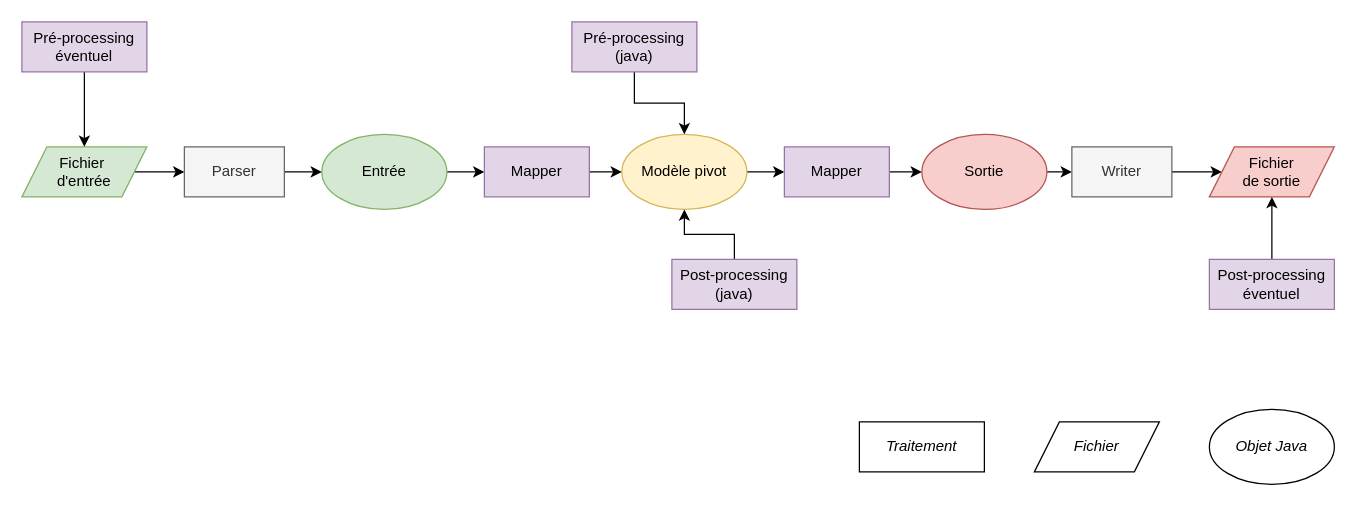
The draw.io diagram doc/drawio/Principe_Eno_Java.drawio in InseeFr/Eno, before the edit. Source tidied: cells renumbered, new cells numbered last; positions are measured from the earlier drawing's top-left corner, leaving out a move shared by most shapes. Both pictures are drawn from the tidied source at 125%, with x=0, y=0 at pixel (21, 21).
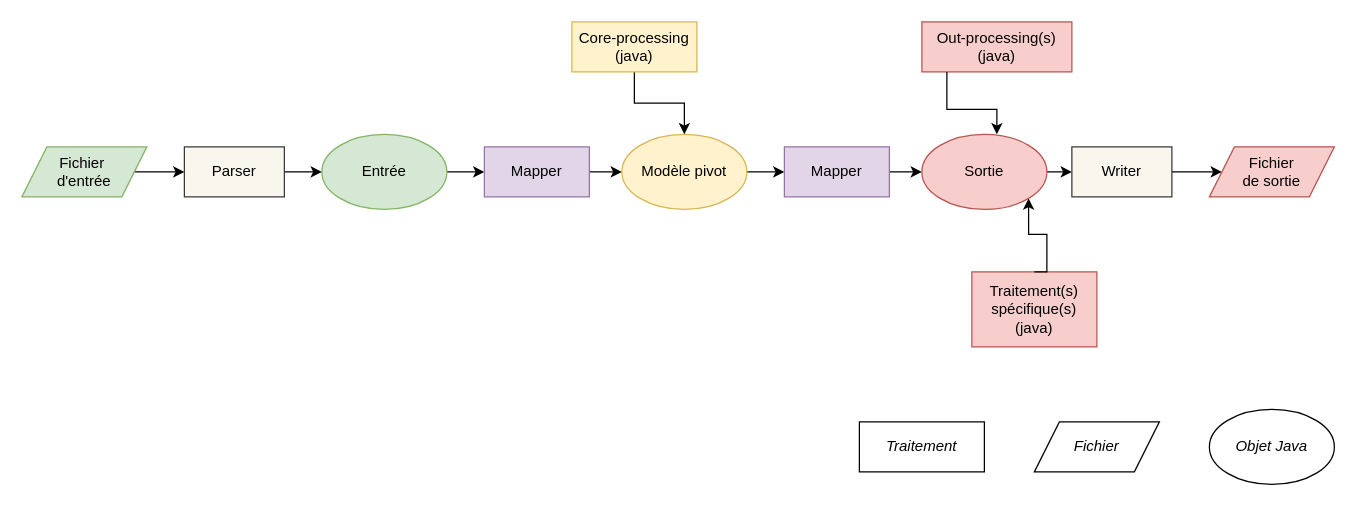
The same page after the edit.

Unchanged cells that the change refers to:
```xml
<mxCell id="3" value="Modèle pivot" style="ellipse;whiteSpace=wrap;html=1;fillColor=#fff2cc;strokeColor=#d6b656;" parent="1" vertex="1">
  <mxGeometry x="480" y="90" width="100" height="60" as="geometry" />
</mxCell>
<mxCell id="7" value="Sortie" style="ellipse;whiteSpace=wrap;html=1;fillColor=#f8cecc;strokeColor=#b85450;" parent="1" vertex="1">
  <mxGeometry x="720" y="90" width="100" height="60" as="geometry" />
</mxCell>
<mxCell id="15" value="Fichier&amp;nbsp;&lt;br&gt;d'entrée" style="shape=parallelogram;perimeter=parallelogramPerimeter;whiteSpace=wrap;html=1;fixedSize=1;fillColor=#d5e8d4;strokeColor=#82b366;" parent="1" vertex="1">
  <mxGeometry y="100" width="100" height="40" as="geometry" />
</mxCell>
<mxCell id="16" value="Fichier&lt;br&gt;de sortie" style="shape=parallelogram;perimeter=parallelogramPerimeter;whiteSpace=wrap;html=1;fixedSize=1;fillColor=#f8cecc;strokeColor=#b85450;" parent="1" vertex="1">
  <mxGeometry x="950" y="100" width="100" height="40" as="geometry" />
</mxCell>
```

Change to the diagram source:
```diff
@@
-    <mxCell id="9" value="Parser" style="rounded=0;whiteSpace=wrap;html=1;fillColor=#f5f5f5;fontColor=#333333;strokeColor=#666666;" parent="1" vertex="1">
+    <mxCell id="9" value="Parser" style="rounded=0;whiteSpace=wrap;html=1;fillColor=#f9f7ed;strokeColor=#36393d;" parent="1" vertex="1">
       <mxGeometry x="130" y="100" width="80" height="40" as="geometry" />
     </mxCell>
@@
-    <mxCell id="13" value="Writer" style="rounded=0;whiteSpace=wrap;html=1;fillColor=#f5f5f5;fontColor=#333333;strokeColor=#666666;" parent="1" vertex="1">
+    <mxCell id="13" value="Writer" style="rounded=0;whiteSpace=wrap;html=1;fillColor=#f9f7ed;strokeColor=#36393d;" parent="1" vertex="1">
       <mxGeometry x="840" y="100" width="80" height="40" as="geometry" />
     </mxCell>
@@
-    <mxCell id="20" value="Pré-processing&lt;br&gt;(java)" style="rounded=0;whiteSpace=wrap;html=1;fillColor=#e1d5e7;strokeColor=#9673a6;" parent="1" vertex="1">
+    <mxCell id="20" value="Core-processing&lt;br&gt;(java)" style="rounded=0;whiteSpace=wrap;html=1;fillColor=#fff2cc;strokeColor=#d6b656;" parent="1" vertex="1">
       <mxGeometry x="440" width="100" height="40" as="geometry" />
     </mxCell>
-    <mxCell id="21" style="edgeStyle=orthogonalEdgeStyle;rounded=0;jettySize=auto;html=1;exitX=0.5;exitY=0;exitDx=0;exitDy=0;entryX=0.5;entryY=1;entryDx=0;entryDy=0;" parent="1" edge="1" source="22" target="3">
-      <mxGeometry relative="1" as="geometry" />
-    </mxCell>
-    <mxCell id="22" value="Post-processing&lt;br&gt;(java)" style="rounded=0;whiteSpace=wrap;html=1;fillColor=#e1d5e7;strokeColor=#9673a6;" parent="1" vertex="1">
-      <mxGeometry x="520" y="190" width="100" height="40" as="geometry" />
-    </mxCell>
@@
-    <mxCell id="24" style="edgeStyle=orthogonalEdgeStyle;rounded=0;jettySize=auto;html=1;exitX=0.5;exitY=1;exitDx=0;exitDy=0;entryX=0.5;entryY=0;entryDx=0;entryDy=0;" parent="1" edge="1" source="25" target="15">
-      <mxGeometry relative="1" as="geometry" />
-    </mxCell>
-    <mxCell id="25" value="Pré-processing&lt;br&gt;éventuel" style="rounded=0;whiteSpace=wrap;html=1;fillColor=#e1d5e7;strokeColor=#9673a6;" parent="1" vertex="1">
-      <mxGeometry width="100" height="40" as="geometry" />
-    </mxCell>
-    <mxCell id="26" style="edgeStyle=orthogonalEdgeStyle;rounded=0;jettySize=auto;html=1;exitX=0.5;exitY=0;exitDx=0;exitDy=0;entryX=0.5;entryY=1;entryDx=0;entryDy=0;" parent="1" edge="1" source="27" target="16">
-      <mxGeometry relative="1" as="geometry" />
-    </mxCell>
-    <mxCell id="27" value="Post-processing&lt;br&gt;éventuel" style="rounded=0;whiteSpace=wrap;html=1;fillColor=#e1d5e7;strokeColor=#9673a6;" parent="1" vertex="1">
-      <mxGeometry x="950" y="190" width="100" height="40" as="geometry" />
-    </mxCell>
@@
+    <mxCell id="30" value="Out-processing(s)&lt;br&gt;(java)" style="rounded=0;whiteSpace=wrap;html=1;fillColor=#f8cecc;strokeColor=#b85450;" parent="1" vertex="1">
+      <mxGeometry x="720" width="120" height="40" as="geometry" />
+    </mxCell>
+    <mxCell id="31" style="edgeStyle=orthogonalEdgeStyle;rounded=0;orthogonalLoop=1;jettySize=auto;html=1;exitX=0.5;exitY=1;exitDx=0;exitDy=0;entryX=0.5;entryY=0;entryDx=0;entryDy=0;" parent="1" edge="1">
+      <mxGeometry relative="1" as="geometry">
+        <mxPoint x="740" y="40" as="sourcePoint" />
+        <mxPoint x="780" y="90" as="targetPoint" />
+        <Array as="points">
+          <mxPoint x="740" y="70" />
+          <mxPoint x="780" y="70" />
+        </Array>
+      </mxGeometry>
+    </mxCell>
+    <mxCell id="32" value="&lt;div&gt;Traitement(s) spécifique(s)&lt;/div&gt;&lt;div&gt;(java)&lt;br&gt;&lt;/div&gt;" style="rounded=0;whiteSpace=wrap;html=1;fillColor=#f8cecc;strokeColor=#b85450;" parent="1" vertex="1">
+      <mxGeometry x="760" y="200" width="100" height="60" as="geometry" />
+    </mxCell>
+    <mxCell id="33" style="edgeStyle=orthogonalEdgeStyle;rounded=0;jettySize=auto;html=1;exitX=0.5;exitY=0;exitDx=0;exitDy=0;entryX=1;entryY=1;entryDx=0;entryDy=0;" parent="1" edge="1" source="32" target="7">
+      <mxGeometry relative="1" as="geometry">
+        <Array as="points">
+          <mxPoint x="820" y="200" />
+          <mxPoint x="820" y="170" />
+          <mxPoint x="805" y="170" />
+        </Array>
+      </mxGeometry>
+    </mxCell>
```
